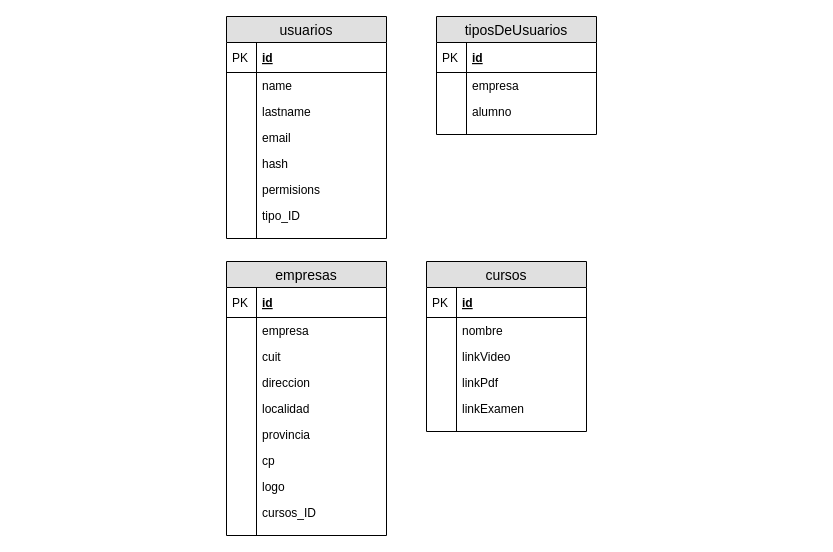
guilledp/Proyecto keeps this draw.io diagram as Untitled Diagram.drawio. Above is the earlier version. Source tidied: cells renumbered, new cells numbered last; positions are measured from the earlier drawing's top-left corner, leaving out a move shared by most shapes. Both pictures are drawn from the tidied source at 100%, with x=0, y=0 at pixel (226, 16).
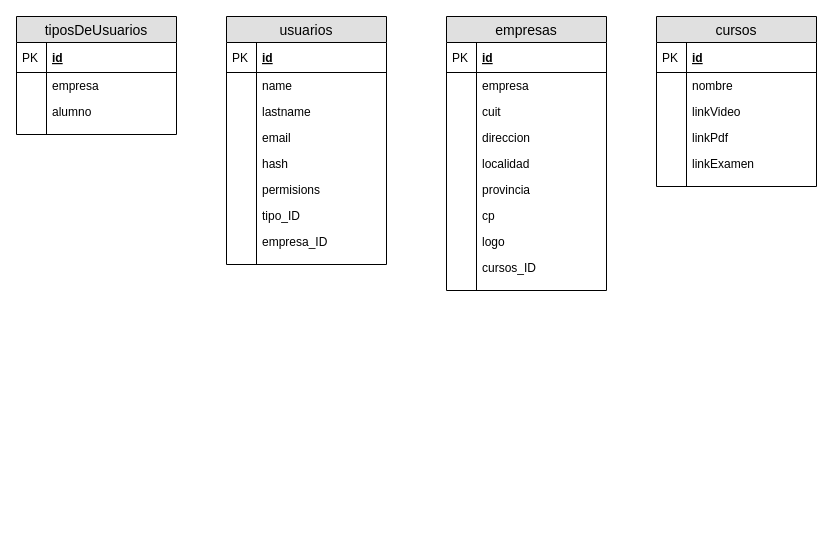
The same page after the edit.

The edit, as a diff of the source:
```diff
@@
     <mxCell id="2" value="usuarios" style="swimlane;fontStyle=0;horizontal=1;startSize=26;fillColor=#e0e0e0;swimlaneFillColor=#ffffff;align=center;fontSize=14;" parent="1" vertex="1">
-      <mxGeometry width="160" height="222" as="geometry" />
+      <mxGeometry width="160" height="248" as="geometry" />
     </mxCell>
@@
+    <mxCell id="62" value="empresa_ID" style="shape=partialRectangle;top=0;left=0;right=0;bottom=0;align=left;verticalAlign=top;fillColor=none;spacingLeft=34;spacingRight=4;overflow=hidden;fontSize=12;" parent="2" vertex="1">
+      <mxGeometry y="212" width="160" height="26" as="geometry" />
+    </mxCell>
+    <mxCell id="63" style="shape=partialRectangle;top=0;left=0;bottom=0;fillColor=none;align=left;verticalAlign=top;spacingLeft=4;spacingRight=4;overflow=hidden;fontSize=12;" parent="62" vertex="1">
+      <mxGeometry width="30" height="26" as="geometry" />
+    </mxCell>
     <mxCell id="17" style="shape=partialRectangle;top=0;left=0;right=0;bottom=0;align=left;verticalAlign=top;fillColor=none;spacingLeft=34;spacingRight=4;overflow=hidden;fontSize=12;" parent="2" vertex="1">
-      <mxGeometry y="212" width="160" height="10" as="geometry" />
+      <mxGeometry y="238" width="160" height="10" as="geometry" />
     </mxCell>
@@
     <mxCell id="19" value="tiposDeUsuarios" style="swimlane;fontStyle=0;horizontal=1;startSize=26;fillColor=#e0e0e0;swimlaneFillColor=#ffffff;align=center;fontSize=14;" parent="1" vertex="1">
-      <mxGeometry x="210" width="160" height="118" as="geometry" />
+      <mxGeometry x="-210" width="160" height="118" as="geometry" />
     </mxCell>
@@
     <mxCell id="28" value="cursos" style="swimlane;fontStyle=0;horizontal=1;startSize=26;fillColor=#e0e0e0;swimlaneFillColor=#ffffff;align=center;fontSize=14;" parent="1" vertex="1">
-      <mxGeometry x="200" y="245" width="160" height="170" as="geometry" />
+      <mxGeometry x="430" width="160" height="170" as="geometry" />
     </mxCell>
@@
     <mxCell id="41" value="empresas" style="swimlane;fontStyle=0;horizontal=1;startSize=26;fillColor=#e0e0e0;swimlaneFillColor=#ffffff;align=center;fontSize=14;" parent="1" vertex="1">
-      <mxGeometry y="245" width="160" height="274" as="geometry" />
+      <mxGeometry x="220" width="160" height="274" as="geometry" />
     </mxCell>
```
